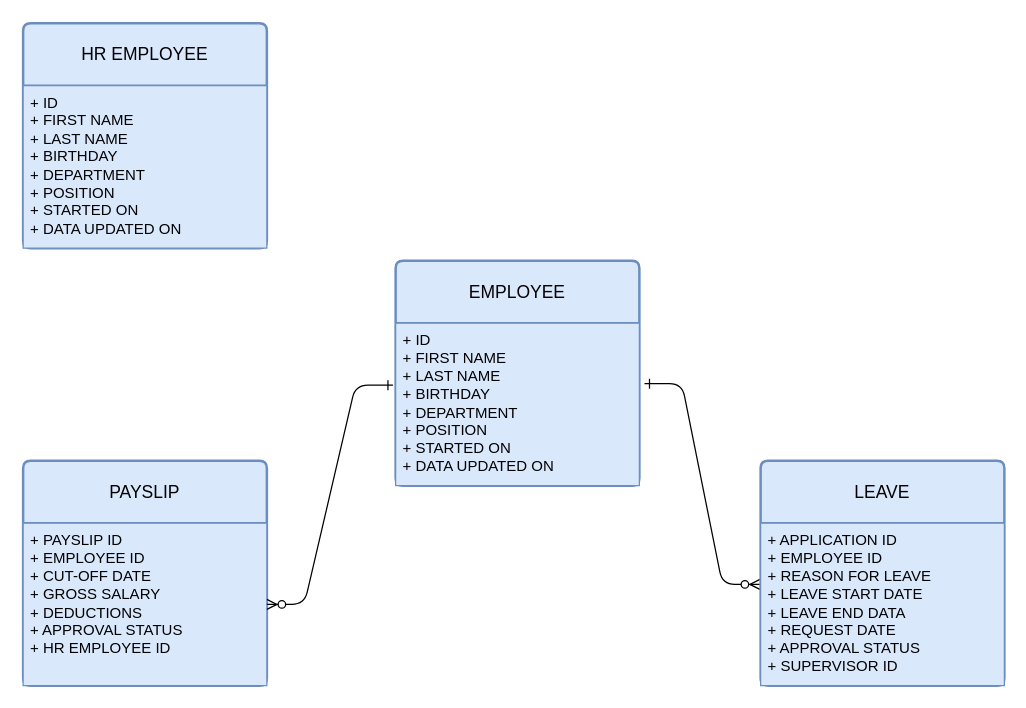
Above: Walang Pamagat na Dayagram.drawio in zephyrstorm123/MO-IT107-Worksheet3-ERD (draw.io), before the change. Source tidied: cells renumbered, new cells numbered last; positions are measured from the earlier drawing's top-left corner, leaving out a move shared by most shapes. Both pictures are drawn from the tidied source at 125%, with x=0, y=0 at pixel (22, 22).
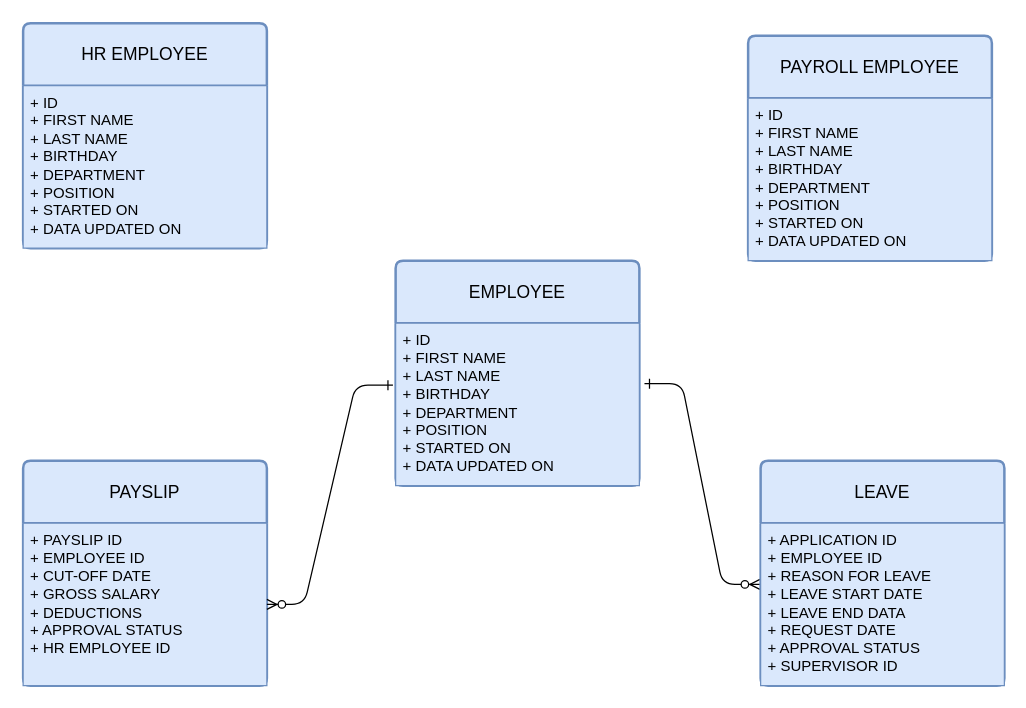
After the change.

What changed in the source:
```diff
@@
 <mxGraphModel>
   <root>
     <mxCell id="0" />
     <mxCell id="1" parent="0" />
     <mxCell id="2" style="edgeStyle=entityRelationEdgeStyle;endArrow=ERzeroToMany;startArrow=ERone;endFill=1;startFill=0;entryX=-0.003;entryY=0.377;entryDx=0;entryDy=0;entryPerimeter=0;exitX=1.021;exitY=0.373;exitDx=0;exitDy=0;exitPerimeter=0;" parent="1" edge="1" source="4" target="6">
       <mxGeometry relative="1" as="geometry" />
     </mxCell>
     <mxCell id="3" value="EMPLOYEE" style="swimlane;horizontal=1;startSize=50;rounded=1;fontSize=14;fontStyle=0;strokeWidth=2;shadow=0;dashed=0;align=center;arcSize=4;whiteSpace=wrap;html=1;fillColor=#dae8fc;strokeColor=#6c8ebf;" parent="1" vertex="1">
       <mxGeometry x="298" y="190" width="195" height="180" as="geometry" />
     </mxCell>
     <mxCell id="4" value="+ ID&lt;br&gt;+ FIRST NAME&lt;br&gt;+ LAST NAME&lt;br&gt;+ BIRTHDAY&lt;br&gt;+ DEPARTMENT&lt;br&gt;+ POSITION&lt;br&gt;+ STARTED ON&lt;br&gt;+ DATA UPDATED ON" style="align=left;strokeColor=#6c8ebf;fillColor=#dae8fc;spacingLeft=4;fontSize=12;verticalAlign=top;html=1;" parent="3" vertex="1">
       <mxGeometry y="50" width="195" height="130" as="geometry" />
     </mxCell>
     <mxCell id="5" value="LEAVE" style="swimlane;horizontal=1;startSize=50;rounded=1;fontSize=14;fontStyle=0;strokeWidth=2;shadow=0;dashed=0;align=center;arcSize=4;whiteSpace=wrap;html=1;fillColor=#dae8fc;strokeColor=#6c8ebf;" parent="1" vertex="1">
       <mxGeometry x="590" y="350" width="195" height="180" as="geometry" />
     </mxCell>
     <mxCell id="6" value="+ APPLICATION ID&lt;br&gt;+ EMPLOYEE ID&lt;br&gt;+ REASON FOR LEAVE&lt;br&gt;+ LEAVE START DATE&lt;br&gt;+ LEAVE END DATA&lt;br&gt;+ REQUEST DATE&lt;br&gt;+ APPROVAL STATUS&lt;br&gt;+ SUPERVISOR ID" style="align=left;strokeColor=#6c8ebf;fillColor=#dae8fc;spacingLeft=4;fontSize=12;verticalAlign=top;html=1;" parent="5" vertex="1">
       <mxGeometry y="50" width="195" height="130" as="geometry" />
     </mxCell>
     <mxCell id="7" value="PAYSLIP" style="swimlane;horizontal=1;startSize=50;rounded=1;fontSize=14;fontStyle=0;strokeWidth=2;shadow=0;dashed=0;align=center;arcSize=4;whiteSpace=wrap;html=1;fillColor=#dae8fc;strokeColor=#6c8ebf;" parent="1" vertex="1">
       <mxGeometry y="350" width="195" height="180" as="geometry" />
     </mxCell>
     <mxCell id="8" value="+ PAYSLIP ID&lt;br&gt;+ EMPLOYEE ID&lt;br&gt;+ CUT-OFF DATE&lt;br&gt;+ GROSS SALARY&lt;br&gt;+ DEDUCTIONS&lt;br&gt;+ APPROVAL STATUS&lt;br&gt;+ HR EMPLOYEE ID" style="align=left;strokeColor=#6c8ebf;fillColor=#dae8fc;spacingLeft=4;fontSize=12;verticalAlign=top;html=1;" parent="7" vertex="1">
       <mxGeometry y="50" width="195" height="130" as="geometry" />
     </mxCell>
     <mxCell id="9" style="edgeStyle=entityRelationEdgeStyle;endArrow=ERzeroToMany;startArrow=ERone;endFill=1;startFill=0;exitX=-0.011;exitY=0.382;exitDx=0;exitDy=0;exitPerimeter=0;" parent="1" edge="1" source="4" target="8">
       <mxGeometry relative="1" as="geometry">
         <Array as="points">
           <mxPoint x="300" y="280" />
         </Array>
       </mxGeometry>
     </mxCell>
     <mxCell id="10" value="HR EMPLOYEE" style="swimlane;horizontal=1;startSize=50;rounded=1;fontSize=14;fontStyle=0;strokeWidth=2;shadow=0;dashed=0;align=center;arcSize=4;whiteSpace=wrap;html=1;fillColor=#dae8fc;strokeColor=#6c8ebf;" parent="1" vertex="1">
       <mxGeometry width="195" height="180" as="geometry" />
     </mxCell>
     <mxCell id="11" value="+ ID&lt;br&gt;+ FIRST NAME&lt;br&gt;+ LAST NAME&lt;br&gt;+ BIRTHDAY&lt;br&gt;+ DEPARTMENT&lt;br&gt;+ POSITION&lt;br&gt;+ STARTED ON&lt;br&gt;+ DATA UPDATED ON" style="align=left;strokeColor=#6c8ebf;fillColor=#dae8fc;spacingLeft=4;fontSize=12;verticalAlign=top;html=1;" parent="10" vertex="1">
       <mxGeometry y="50" width="195" height="130" as="geometry" />
     </mxCell>
+    <mxCell id="12" value="PAYROLL EMPLOYEE" style="swimlane;horizontal=1;startSize=50;rounded=1;fontSize=14;fontStyle=0;strokeWidth=2;shadow=0;dashed=0;align=center;arcSize=4;whiteSpace=wrap;html=1;fillColor=#dae8fc;strokeColor=#6c8ebf;" parent="1" vertex="1">
+      <mxGeometry x="580" y="10" width="195" height="180" as="geometry" />
+    </mxCell>
+    <mxCell id="13" value="+ ID&lt;br&gt;+ FIRST NAME&lt;br&gt;+ LAST NAME&lt;br&gt;+ BIRTHDAY&lt;br&gt;+ DEPARTMENT&lt;br&gt;+ POSITION&lt;br&gt;+ STARTED ON&lt;br&gt;+ DATA UPDATED ON" style="align=left;strokeColor=#6c8ebf;fillColor=#dae8fc;spacingLeft=4;fontSize=12;verticalAlign=top;html=1;" parent="12" vertex="1">
+      <mxGeometry y="50" width="195" height="130" as="geometry" />
+    </mxCell>
   </root>
 </mxGraphModel>
```
